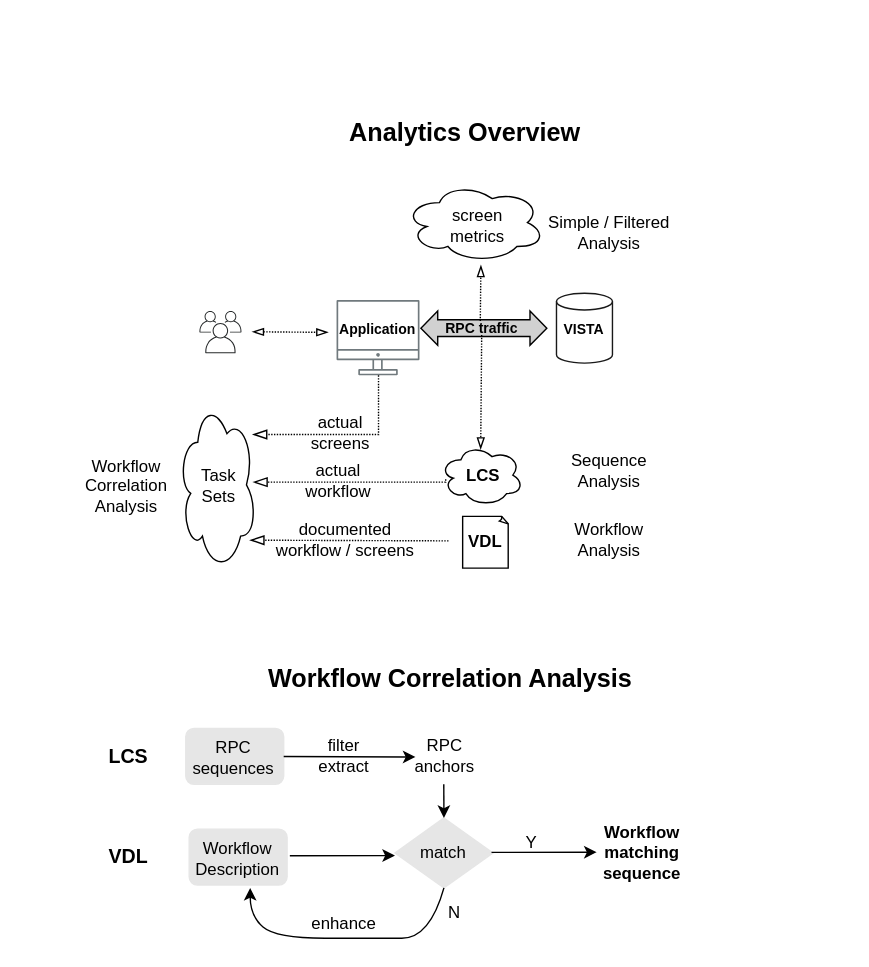
cloudvista/vaa keeps this draw.io diagram as vaa-analyses.svg. Above is the earlier version. Source tidied: cells renumbered, new cells last; positions are measured from the earlier drawing's top-left corner, leaving out a move shared by most shapes.
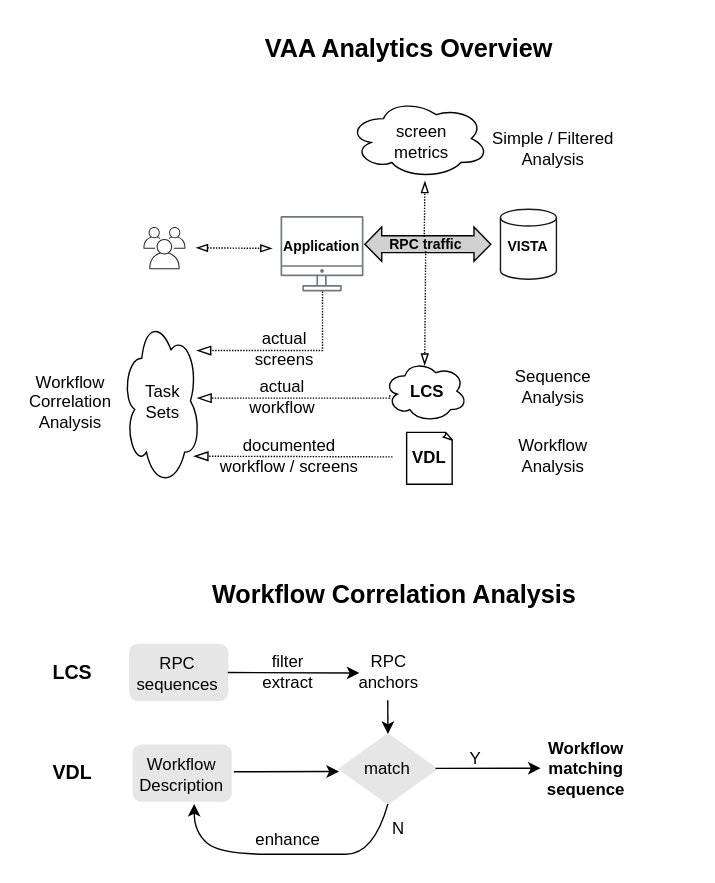
After the change.

Change to the diagram source:
```diff
@@ -3,7 +3,7 @@
     <mxCell id="0" />
     <mxCell id="1" parent="0" />
     <mxCell id="2" style="rounded=1;whiteSpace=wrap;html=1;strokeColor=none;" parent="1" vertex="1">
-      <mxGeometry width="620" height="690" as="geometry" />
+      <mxGeometry x="40" y="60" width="510" height="630" as="geometry" />
     </mxCell>
     <mxCell id="3" style="ellipse;shape=cloud;whiteSpace=wrap;html=1;shadow=0;sketch=0;fillStyle=solid;strokeColor=default;strokeWidth=1;fontSize=10;fillColor=none;gradientColor=none;" parent="1" vertex="1">
       <mxGeometry x="288.4" y="130" width="100.5" height="57" as="geometry" />
@@ -190,7 +190,7 @@
     <mxCell id="50" value="actual &lt;br&gt;workflow" style="text;strokeColor=none;align=center;fillColor=none;html=1;verticalAlign=middle;whiteSpace=wrap;rounded=0;" parent="1" vertex="1">
       <mxGeometry x="221" y="332" width="40.9" height="21" as="geometry" />
     </mxCell>
-    <mxCell id="51" value="&lt;b&gt;&lt;font style=&quot;font-size: 18px;&quot;&gt;Analytics Overview&lt;/font&gt;&lt;/b&gt;" style="text;strokeColor=none;align=center;fillColor=none;html=1;verticalAlign=middle;whiteSpace=wrap;rounded=0;" parent="1" vertex="1">
+    <mxCell id="51" value="&lt;b&gt;&lt;font style=&quot;font-size: 18px;&quot;&gt;VAA Analytics Overview&lt;/font&gt;&lt;/b&gt;" style="text;strokeColor=none;align=center;fillColor=none;html=1;verticalAlign=middle;whiteSpace=wrap;rounded=0;" parent="1" vertex="1">
       <mxGeometry x="182.6" y="80" width="297.8" height="29.1" as="geometry" />
     </mxCell>
     <mxCell id="52" value="Task&lt;br&gt;Sets" style="text;strokeColor=none;align=center;fillColor=none;html=1;verticalAlign=middle;whiteSpace=wrap;rounded=0;" parent="1" vertex="1">
```
